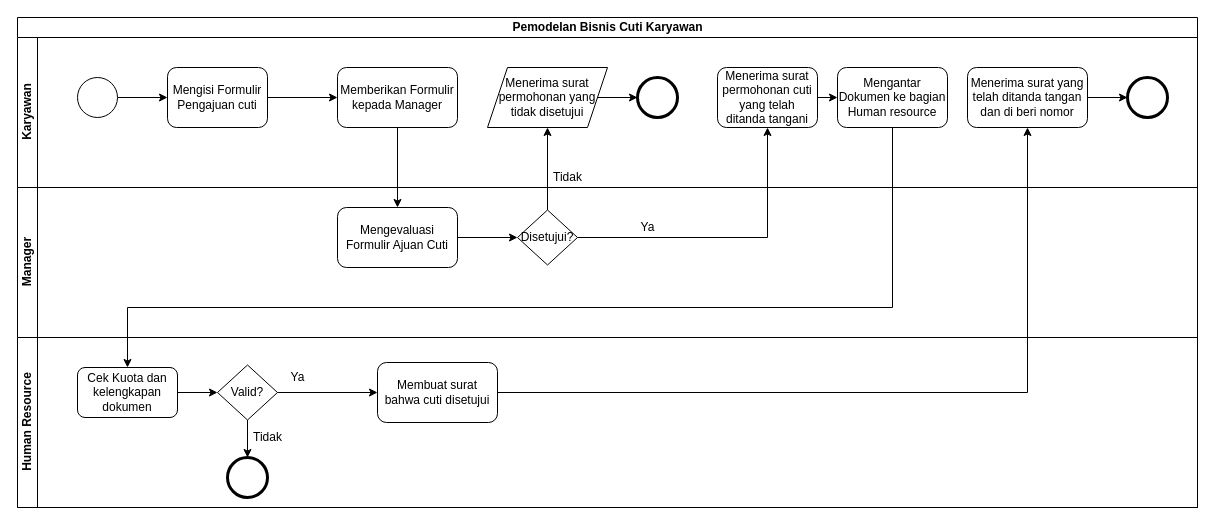
The draw.io diagram cuti.drawio in fransalwan/git-test, before the edit. Source tidied: cells renumbered, new cells numbered last; positions are measured from the earlier drawing's top-left corner, leaving out a move shared by most shapes. Both pictures are drawn from the tidied source at 100%, with x=0, y=0 at pixel (17, 17).
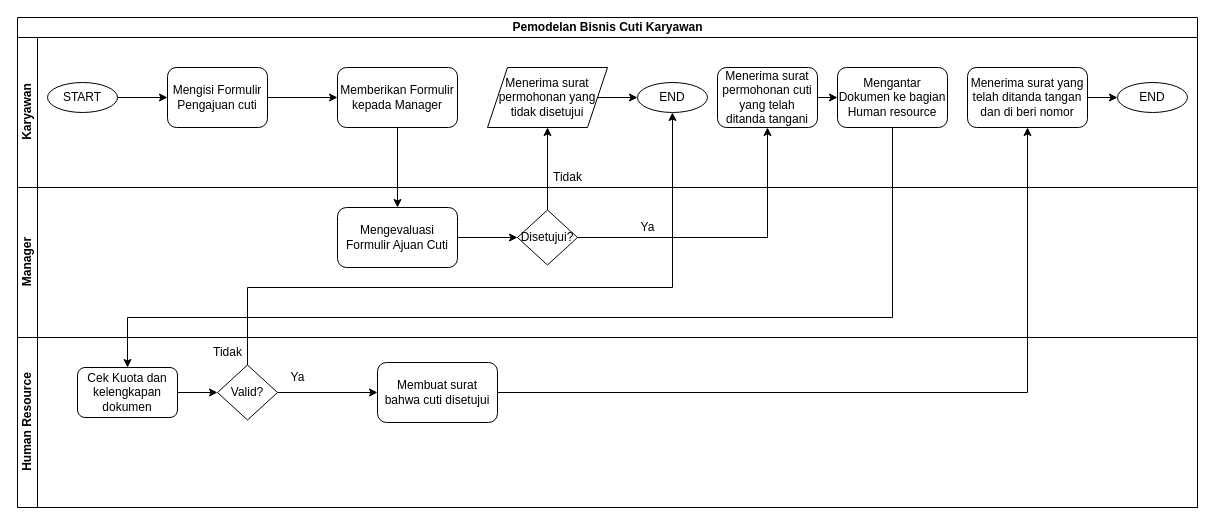
The same diagram, later.

The change refers to these unchanged cells:
```xml
<mxCell id="2" value="Pemodelan Bisnis Cuti Karyawan" style="swimlane;html=1;horizontal=1;startSize=20;" parent="1" vertex="1">
  <mxGeometry width="1180" height="490" as="geometry" />
</mxCell>
<mxCell id="3" value="Karyawan" style="swimlane;html=1;startSize=20;horizontal=0;" parent="2" vertex="1">
  <mxGeometry y="20" width="1180" height="150" as="geometry" />
</mxCell>
<mxCell id="7" value="Mengisi Formulir Pengajuan cuti" style="shape=ext;rounded=1;html=1;whiteSpace=wrap;" parent="3" vertex="1">
  <mxGeometry x="150" y="30" width="100" height="60" as="geometry" />
</mxCell>
<mxCell id="12" value="Menerima surat permohonan yang tidak disetujui" style="shape=parallelogram;perimeter=parallelogramPerimeter;whiteSpace=wrap;html=1;fixedSize=1;" parent="3" vertex="1">
  <mxGeometry x="470" y="30" width="120" height="60" as="geometry" />
</mxCell>
<mxCell id="15" value="Mengantar Dokumen ke bagian Human resource" style="shape=ext;rounded=1;html=1;whiteSpace=wrap;" parent="3" vertex="1">
  <mxGeometry x="820" y="30" width="110" height="60" as="geometry" />
</mxCell>
<mxCell id="17" value="Menerima surat yang telah ditanda tangan dan di beri nomor" style="shape=ext;rounded=1;html=1;whiteSpace=wrap;" parent="3" vertex="1">
  <mxGeometry x="950" y="30" width="120" height="60" as="geometry" />
</mxCell>
<mxCell id="27" value="Human Resource" style="swimlane;html=1;startSize=20;horizontal=0;" parent="2" vertex="1">
  <mxGeometry y="320" width="1180" height="170" as="geometry" />
</mxCell>
<mxCell id="29" value="Cek Kuota dan kelengkapan dokumen" style="shape=ext;rounded=1;html=1;whiteSpace=wrap;" parent="27" vertex="1">
  <mxGeometry x="60" y="30" width="100" height="50" as="geometry" />
</mxCell>
<mxCell id="32" value="Valid?" style="rhombus;whiteSpace=wrap;html=1;" parent="27" vertex="1">
  <mxGeometry x="200" y="27.5" width="60" height="55" as="geometry" />
</mxCell>
```

Change to the diagram source:
```diff
@@
-    <mxCell id="4" style="edgeStyle=orthogonalEdgeStyle;rounded=0;jettySize=auto;html=1;exitX=1;exitY=0.5;exitDx=0;exitDy=0;" parent="3" edge="1" source="5" target="7">
+    <mxCell id="4" style="edgeStyle=orthogonalEdgeStyle;rounded=0;jettySize=auto;html=1;exitX=1;exitY=0.5;exitDx=0;exitDy=0;" parent="3" edge="1" source="39" target="7">
       <mxGeometry relative="1" as="geometry" />
     </mxCell>
-    <mxCell id="5" style="shape=mxgraph.bpmn.shape;html=1;verticalLabelPosition=bottom;labelBackgroundColor=#ffffff;verticalAlign=top;align=center;perimeter=ellipsePerimeter;outlineConnect=0;outline=standard;symbol=general;" parent="3" vertex="1">
-      <mxGeometry x="60" y="40" width="40" height="40" as="geometry" />
-    </mxCell>
@@
-    <mxCell id="9" style="shape=mxgraph.bpmn.shape;html=1;verticalLabelPosition=bottom;labelBackgroundColor=#ffffff;verticalAlign=top;align=center;perimeter=ellipsePerimeter;outlineConnect=0;outline=end;symbol=general;" parent="3" vertex="1">
-      <mxGeometry x="620" y="40" width="40" height="40" as="geometry" />
-    </mxCell>
@@
-    <mxCell id="11" style="edgeStyle=orthogonalEdgeStyle;rounded=0;jettySize=auto;html=1;exitX=1;exitY=0.5;exitDx=0;exitDy=0;entryX=0;entryY=0.5;entryDx=0;entryDy=0;" parent="3" edge="1" source="12" target="9">
+    <mxCell id="11" style="edgeStyle=orthogonalEdgeStyle;rounded=0;jettySize=auto;html=1;exitX=1;exitY=0.5;exitDx=0;exitDy=0;entryX=0;entryY=0.5;entryDx=0;entryDy=0;" parent="3" edge="1" source="12" target="40">
       <mxGeometry relative="1" as="geometry" />
     </mxCell>
@@
-    <mxCell id="16" style="edgeStyle=orthogonalEdgeStyle;rounded=0;jettySize=auto;html=1;exitX=1;exitY=0.5;exitDx=0;exitDy=0;entryX=0;entryY=0.5;entryDx=0;entryDy=0;" parent="3" edge="1" source="17" target="18">
-      <mxGeometry relative="1" as="geometry" />
+    <mxCell id="16" style="edgeStyle=orthogonalEdgeStyle;rounded=0;jettySize=auto;html=1;exitX=1;exitY=0.5;exitDx=0;exitDy=0;entryX=0;entryY=0.5;entryDx=0;entryDy=0;" parent="3" edge="1" source="17" target="41">
+      <mxGeometry relative="1" as="geometry">
+        <Array as="points">
+          <mxPoint x="1100" y="60" />
+          <mxPoint x="1100" y="60" />
+        </Array>
+      </mxGeometry>
     </mxCell>
@@
-    <mxCell id="18" style="shape=mxgraph.bpmn.shape;html=1;verticalLabelPosition=bottom;labelBackgroundColor=#ffffff;verticalAlign=top;align=center;perimeter=ellipsePerimeter;outlineConnect=0;outline=end;symbol=general;" parent="3" vertex="1">
-      <mxGeometry x="1110" y="40" width="40" height="40" as="geometry" />
-    </mxCell>
+    <mxCell id="39" value="START" style="ellipse;whiteSpace=wrap;html=1;" parent="3" vertex="1">
+      <mxGeometry x="30" y="45" width="70" height="30" as="geometry" />
+    </mxCell>
+    <mxCell id="40" value="END" style="ellipse;whiteSpace=wrap;html=1;" parent="3" vertex="1">
+      <mxGeometry x="620" y="45" width="70" height="30" as="geometry" />
+    </mxCell>
+    <mxCell id="41" value="END" style="ellipse;whiteSpace=wrap;html=1;" parent="3" vertex="1">
+      <mxGeometry x="1100" y="45" width="70" height="30" as="geometry" />
+    </mxCell>
@@
     <mxCell id="26" style="edgeStyle=orthogonalEdgeStyle;rounded=0;jettySize=auto;html=1;exitX=0.5;exitY=1;exitDx=0;exitDy=0;" parent="2" edge="1" source="15" target="29">
       <mxGeometry relative="1" as="geometry">
         <Array as="points">
-          <mxPoint x="875" y="290" />
-          <mxPoint x="110" y="290" />
+          <mxPoint x="875" y="300" />
+          <mxPoint x="110" y="300" />
         </Array>
       </mxGeometry>
     </mxCell>
@@
-    <mxCell id="30" style="edgeStyle=orthogonalEdgeStyle;rounded=0;jettySize=auto;html=1;exitX=0.5;exitY=1;exitDx=0;exitDy=0;entryX=0.5;entryY=0;entryDx=0;entryDy=0;" parent="27" edge="1" source="32" target="33">
-      <mxGeometry relative="1" as="geometry" />
-    </mxCell>
@@
-    <mxCell id="33" style="shape=mxgraph.bpmn.shape;html=1;verticalLabelPosition=bottom;labelBackgroundColor=#ffffff;verticalAlign=top;align=center;perimeter=ellipsePerimeter;outlineConnect=0;outline=end;symbol=general;" parent="27" vertex="1">
-      <mxGeometry x="210" y="120" width="40" height="40" as="geometry" />
-    </mxCell>
@@
     <mxCell id="35" value="Tidak" style="text;html=1;align=center;verticalAlign=middle;" parent="27" vertex="1">
-      <mxGeometry x="230" y="90" width="40" height="20" as="geometry" />
+      <mxGeometry x="190" y="5" width="40" height="20" as="geometry" />
     </mxCell>
@@
+    <mxCell id="42" style="edgeStyle=orthogonalEdgeStyle;rounded=0;jettySize=auto;html=1;exitX=0.5;exitY=0;exitDx=0;exitDy=0;entryX=0.5;entryY=1;entryDx=0;entryDy=0;" parent="2" edge="1" source="32" target="40">
+      <mxGeometry relative="1" as="geometry">
+        <Array as="points">
+          <mxPoint x="230" y="270" />
+          <mxPoint x="655" y="270" />
+        </Array>
+      </mxGeometry>
+    </mxCell>
```
